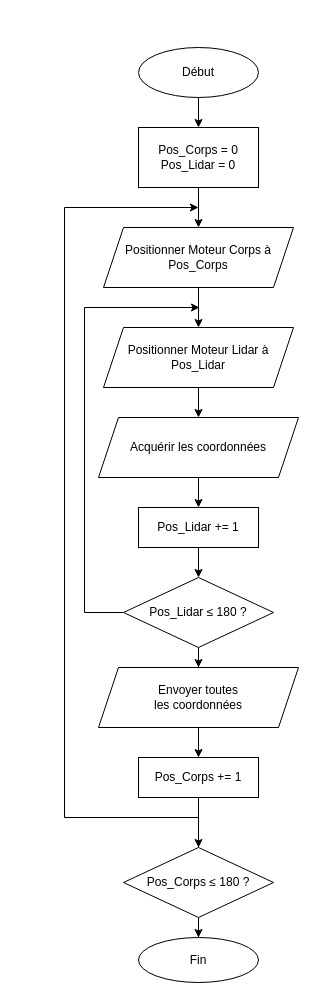
Before: assets/docs/Algorigramme global.drawio in theovidal/mapping, a draw.io diagram. Source tidied: cells renumbered, new cells numbered last; positions are measured from the earlier drawing's top-left corner, leaving out a move shared by most shapes. Both pictures are drawn from the tidied source at 100%, with x=0, y=0 at pixel (64, 47).
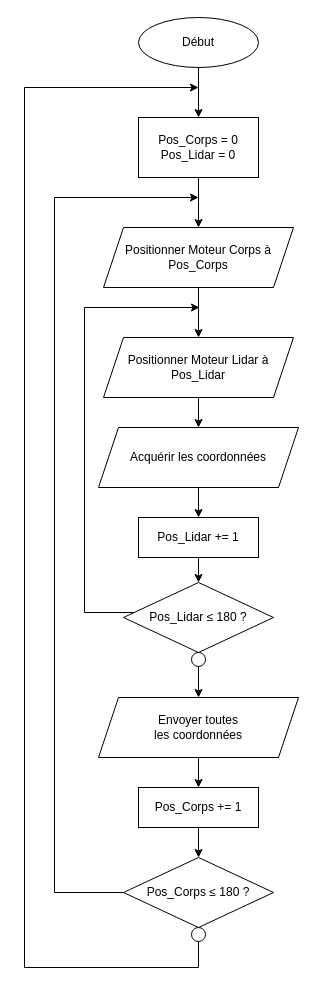
The same diagram, later.

The edit, as a diff of the source:
```diff
@@
     <mxCell id="3" value="Début" style="ellipse;whiteSpace=wrap;html=1;" parent="1" vertex="1">
-      <mxGeometry x="74" width="120" height="50" as="geometry" />
+      <mxGeometry x="74" y="-30" width="120" height="50" as="geometry" />
     </mxCell>
@@
     <mxCell id="5" value="Pos_Corps = 0&lt;br&gt;Pos_Lidar = 0" style="whiteSpace=wrap;html=1;" parent="1" vertex="1">
-      <mxGeometry x="74" y="80" width="120" height="60" as="geometry" />
+      <mxGeometry x="74" y="70" width="120" height="60" as="geometry" />
     </mxCell>
@@
     <mxCell id="9" value="Positionner Moteur Lidar à Pos_Lidar" style="shape=parallelogram;perimeter=parallelogramPerimeter;whiteSpace=wrap;html=1;fixedSize=1;" parent="1" vertex="1">
-      <mxGeometry x="39" y="280" width="190" height="60" as="geometry" />
+      <mxGeometry x="39" y="290" width="190" height="60" as="geometry" />
     </mxCell>
@@
     <mxCell id="11" value="Acquérir les coordonnées" style="shape=parallelogram;perimeter=parallelogramPerimeter;whiteSpace=wrap;html=1;fixedSize=1;" parent="1" vertex="1">
-      <mxGeometry x="34" y="370" width="200" height="60" as="geometry" />
+      <mxGeometry x="34" y="380" width="200" height="60" as="geometry" />
     </mxCell>
@@
     <mxCell id="13" value="Pos_Lidar += 1" style="whiteSpace=wrap;html=1;" parent="1" vertex="1">
-      <mxGeometry x="74" y="460" width="120" height="40" as="geometry" />
+      <mxGeometry x="74" y="470" width="120" height="40" as="geometry" />
     </mxCell>
@@
-    <mxCell id="15" style="edgeStyle=orthogonalEdgeStyle;rounded=0;jettySize=auto;html=1;entryX=0.5;entryY=0;entryDx=0;entryDy=0;" parent="1" edge="1" source="16" target="24">
+    <mxCell id="15" style="edgeStyle=orthogonalEdgeStyle;rounded=0;jettySize=auto;html=1;entryX=0.5;entryY=0;entryDx=0;entryDy=0;" parent="1" edge="1" source="25" target="24">
       <mxGeometry relative="1" as="geometry" />
     </mxCell>
     <mxCell id="16" value="&lt;font style=&quot;font-size: 12px&quot;&gt;Pos_Lidar&amp;nbsp;≤ 180 ?&lt;/font&gt;" style="rhombus;whiteSpace=wrap;html=1;align=center;" parent="1" vertex="1">
-      <mxGeometry x="59" y="530" width="150" height="70" as="geometry" />
+      <mxGeometry x="59" y="535" width="150" height="70" as="geometry" />
     </mxCell>
@@
     <mxCell id="18" value="Pos_Corps += 1" style="whiteSpace=wrap;html=1;" parent="1" vertex="1">
-      <mxGeometry x="74" y="710" width="120" height="40" as="geometry" />
+      <mxGeometry x="74" y="740" width="120" height="40" as="geometry" />
     </mxCell>
     <mxCell id="19" style="edgeStyle=orthogonalEdgeStyle;rounded=0;jettySize=auto;html=1;" parent="1" edge="1" source="21">
       <mxGeometry relative="1" as="geometry">
-        <mxPoint x="134" y="160" as="targetPoint" />
+        <mxPoint x="134" y="150" as="targetPoint" />
         <Array as="points">
-          <mxPoint x="134" y="770" />
-          <mxPoint y="770" />
-          <mxPoint y="160" />
+          <mxPoint x="-10" y="845" />
+          <mxPoint x="-10" y="150" />
         </Array>
       </mxGeometry>
     </mxCell>
-    <mxCell id="20" style="edgeStyle=orthogonalEdgeStyle;rounded=0;jettySize=auto;html=1;" parent="1" edge="1" source="21" target="22">
-      <mxGeometry relative="1" as="geometry" />
+    <mxCell id="20" style="edgeStyle=orthogonalEdgeStyle;rounded=0;jettySize=auto;html=1;" parent="1" edge="1" source="26">
+      <mxGeometry relative="1" as="geometry">
+        <mxPoint x="134" y="40" as="targetPoint" />
+        <Array as="points">
+          <mxPoint x="134" y="920" />
+          <mxPoint x="-40" y="920" />
+          <mxPoint x="-40" y="40" />
+        </Array>
+      </mxGeometry>
     </mxCell>
     <mxCell id="21" value="&lt;font style=&quot;font-size: 12px&quot;&gt;Pos_Corps&amp;nbsp;≤ 180 ?&lt;/font&gt;" style="rhombus;whiteSpace=wrap;html=1;align=center;" parent="1" vertex="1">
-      <mxGeometry x="59" y="800" width="150" height="70" as="geometry" />
+      <mxGeometry x="59" y="810" width="150" height="70" as="geometry" />
     </mxCell>
-    <mxCell id="22" value="Fin" style="ellipse;whiteSpace=wrap;html=1;" parent="1" vertex="1">
-      <mxGeometry x="74" y="890" width="120" height="45" as="geometry" />
-    </mxCell>
@@
     <mxCell id="24" value="Envoyer toutes&lt;br&gt;les coordonnées" style="shape=parallelogram;perimeter=parallelogramPerimeter;whiteSpace=wrap;html=1;fixedSize=1;" parent="1" vertex="1">
-      <mxGeometry x="34" y="620" width="200" height="60" as="geometry" />
+      <mxGeometry x="34" y="650" width="200" height="60" as="geometry" />
     </mxCell>
+    <mxCell id="25" style="ellipse;whiteSpace=wrap;html=1;" parent="1" vertex="1">
+      <mxGeometry x="127" y="605" width="14" height="14" as="geometry" />
+    </mxCell>
+    <mxCell id="26" style="ellipse;whiteSpace=wrap;html=1;" parent="1" vertex="1">
+      <mxGeometry x="127" y="880" width="14" height="14" as="geometry" />
+    </mxCell>
```
